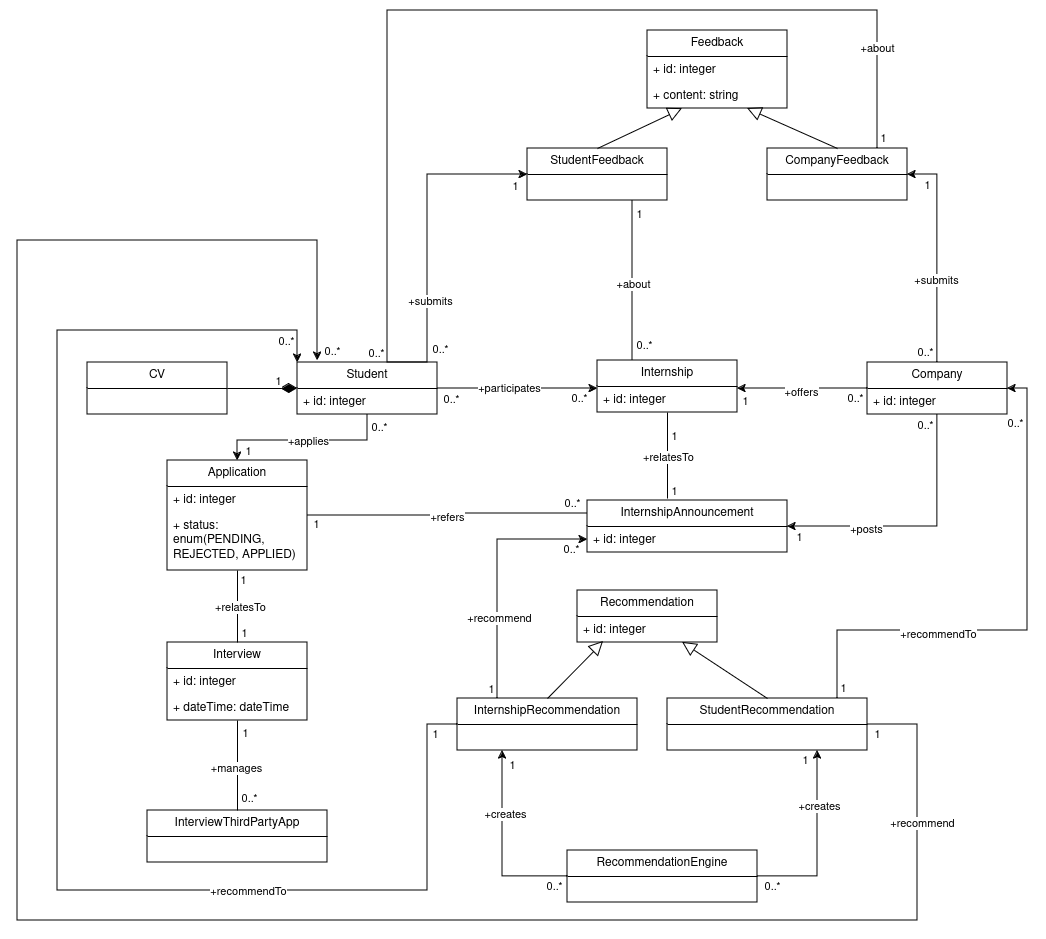
The draw.io diagram RASD/images/DomainClassDiagram.png in matteo-luraghi/IlardiLuraghi, before a commit. Source tidied: cells renumbered, new cells last; positions are measured from the earlier drawing's top-left corner, leaving out a move shared by most shapes.
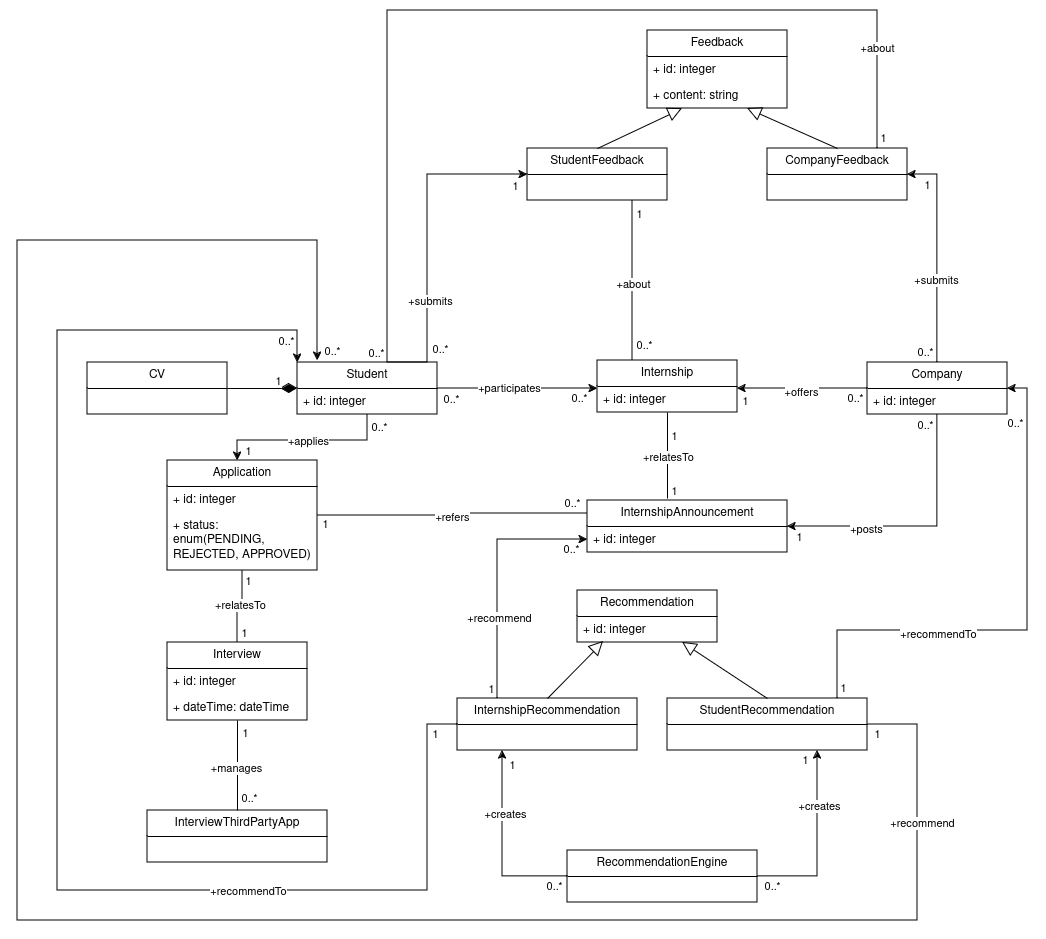
Later version of the same file.

Commit message:
[ADD] Use cases, Performance Requirements, Design Constraints, Software System Attributes, first Sequence Diagram

What changed in the source:
```diff
@@ -251,13 +251,13 @@
       </mxGeometry>
     </mxCell>
     <mxCell id="58" value="Application" style="swimlane;fontStyle=0;horizontal=1;startSize=26;fillColor=none;whiteSpace=wrap;html=1;" parent="1" vertex="1">
-      <mxGeometry x="150" y="450" width="140" height="110" as="geometry" />
+      <mxGeometry x="150" y="450" width="150" height="110" as="geometry" />
     </mxCell>
     <mxCell id="59" value="+ id: integer" style="text;strokeColor=none;fillColor=none;align=left;verticalAlign=top;spacingLeft=4;spacingRight=4;overflow=hidden;whiteSpace=wrap;html=1;" parent="58" vertex="1">
-      <mxGeometry y="26" width="140" height="26" as="geometry" />
+      <mxGeometry y="26" width="150" height="26" as="geometry" />
     </mxCell>
-    <mxCell id="60" value="&lt;div&gt;+ status: enum(PENDING, &lt;br&gt;&lt;/div&gt;&lt;div&gt;REJECTED, APPLIED)&lt;br&gt;&lt;/div&gt;" style="text;strokeColor=none;fillColor=none;align=left;verticalAlign=top;spacingLeft=4;spacingRight=4;overflow=hidden;whiteSpace=wrap;html=1;" parent="58" vertex="1">
-      <mxGeometry y="52" width="140" height="58" as="geometry" />
+    <mxCell id="60" value="&lt;div&gt;+ status: enum(PENDING, &lt;br&gt;&lt;/div&gt;&lt;div&gt;REJECTED, APPROVED)&lt;br&gt;&lt;/div&gt;" style="text;strokeColor=none;fillColor=none;align=left;verticalAlign=top;spacingLeft=4;spacingRight=4;overflow=hidden;whiteSpace=wrap;html=1;" parent="58" vertex="1">
+      <mxGeometry y="52" width="150" height="58" as="geometry" />
     </mxCell>
     <mxCell id="61" value="Recommendation" style="swimlane;fontStyle=0;horizontal=1;startSize=26;fillColor=none;whiteSpace=wrap;html=1;" parent="1" vertex="1">
       <mxGeometry x="560" y="580" width="140" height="52" as="geometry" />
```
